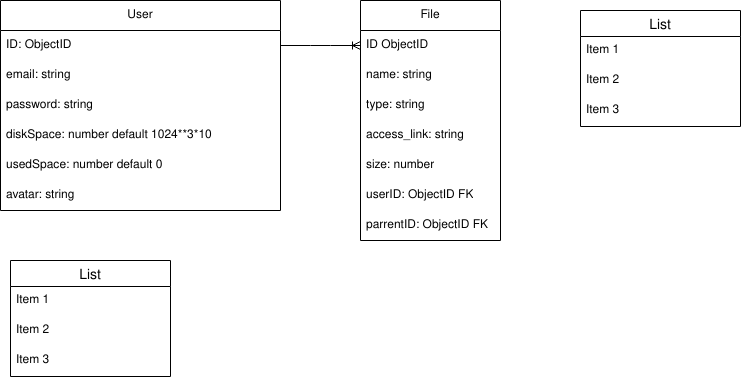
This is clouddiskdiagram.drawio.png from DeS313/cloud-disk, a draw.io export, as it was before one commit. Source tidied: cells renumbered, new cells last; positions are measured from the earlier drawing's top-left corner, leaving out a move shared by most shapes.
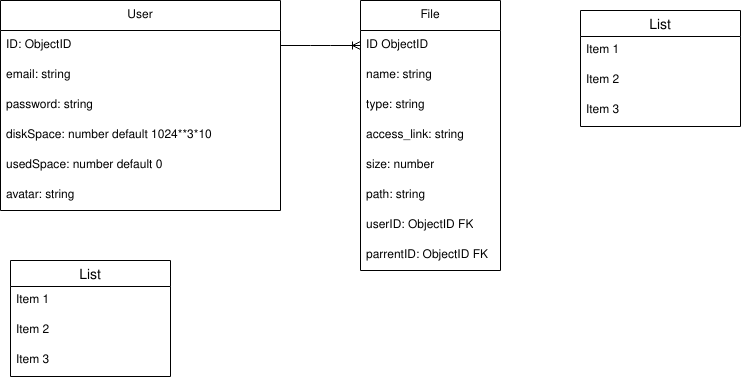
After the change.

Change to the diagram source:
```diff
@@ -24,7 +24,7 @@
       <mxGeometry y="180" width="280" height="30" as="geometry" />
     </mxCell>
     <mxCell id="9" value="File" style="swimlane;fontStyle=0;horizontal=1;startSize=30;whiteSpace=wrap;html=1;" parent="1" vertex="1">
-      <mxGeometry x="360" width="140" height="240" as="geometry" />
+      <mxGeometry x="360" width="140" height="270" as="geometry" />
     </mxCell>
     <mxCell id="10" value="ID ObjectID" style="text;strokeColor=none;fillColor=none;align=left;verticalAlign=middle;spacingLeft=4;spacingRight=4;overflow=hidden;points=[[0,0.5],[1,0.5]];portConstraint=eastwest;whiteSpace=wrap;html=1;" parent="9" vertex="1">
       <mxGeometry y="30" width="140" height="30" as="geometry" />
@@ -41,11 +41,14 @@
     <mxCell id="14" value="size: number" style="text;strokeColor=none;fillColor=none;align=left;verticalAlign=middle;spacingLeft=4;spacingRight=4;overflow=hidden;whiteSpace=wrap;html=1;" parent="9" vertex="1">
       <mxGeometry y="150" width="140" height="30" as="geometry" />
     </mxCell>
+    <mxCell id="26" value="path: string" style="text;strokeColor=none;fillColor=none;align=left;verticalAlign=middle;spacingLeft=4;spacingRight=4;overflow=hidden;whiteSpace=wrap;html=1;" parent="9" vertex="1">
+      <mxGeometry y="180" width="140" height="30" as="geometry" />
+    </mxCell>
     <mxCell id="15" value="userID: ObjectID FK" style="text;strokeColor=none;fillColor=none;align=left;verticalAlign=middle;spacingLeft=4;spacingRight=4;overflow=hidden;whiteSpace=wrap;html=1;" parent="9" vertex="1">
-      <mxGeometry y="180" width="140" height="30" as="geometry" />
+      <mxGeometry y="210" width="140" height="30" as="geometry" />
     </mxCell>
     <mxCell id="16" value="parrentID: ObjectID FK" style="text;strokeColor=none;fillColor=none;align=left;verticalAlign=middle;spacingLeft=4;spacingRight=4;overflow=hidden;whiteSpace=wrap;html=1;" parent="9" vertex="1">
-      <mxGeometry y="210" width="140" height="30" as="geometry" />
+      <mxGeometry y="240" width="140" height="30" as="geometry" />
     </mxCell>
     <mxCell id="17" style="edgeStyle=entityRelationEdgeStyle;fontSize=12;html=1;endArrow=ERoneToMany;rounded=0;entryX=0;entryY=0.5;entryDx=0;entryDy=0;" parent="1" edge="1" source="3" target="10">
       <mxGeometry relative="1" as="geometry" />
```
